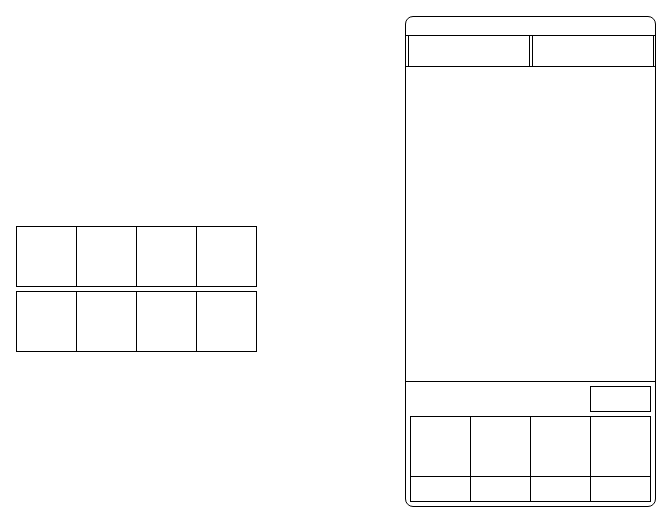
This is page "Media Scheduler" (1 of 2) of Music Flow.drawio from CorpDK/Drawing, a draw.io file, before an edit. Source tidied: cells renumbered, new cells numbered last; positions are measured from the earlier drawing's top-left corner, leaving out a move shared by most shapes. Both pictures are drawn from the tidied source at 100%, with x=0, y=0 at pixel (16, 16).
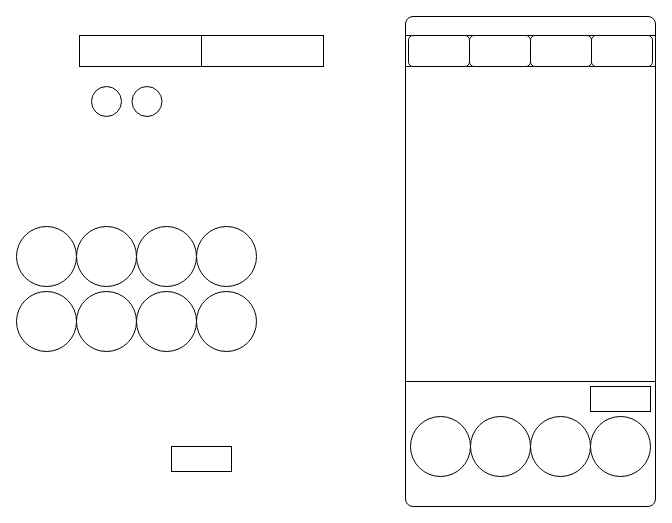
Above is the later version.

Change to the diagram source:
```diff
@@
     <mxCell id="5" style="rounded=0;whiteSpace=wrap;html=1;" parent="1" vertex="1">
-      <mxGeometry x="392" y="19" width="121" height="31" as="geometry" />
+      <mxGeometry x="63" y="19" width="122" height="31" as="geometry" />
     </mxCell>
     <mxCell id="6" style="rounded=0;whiteSpace=wrap;html=1;" parent="1" vertex="1">
-      <mxGeometry x="516" y="19" width="121" height="31" as="geometry" />
+      <mxGeometry x="185" y="19" width="122" height="31" as="geometry" />
     </mxCell>
@@
-    <mxCell id="8" style="whiteSpace=wrap;html=1;" parent="1" vertex="1">
+    <mxCell id="8" style="whiteSpace=wrap;html=1;rounded=1;arcSize=50;" parent="1" vertex="1">
       <mxGeometry y="210" width="60" height="60" as="geometry" />
     </mxCell>
-    <mxCell id="9" style="whiteSpace=wrap;html=1;" parent="1" vertex="1">
+    <mxCell id="9" style="whiteSpace=wrap;html=1;rounded=1;arcSize=50;" parent="1" vertex="1">
       <mxGeometry x="60" y="210" width="60" height="60" as="geometry" />
     </mxCell>
-    <mxCell id="10" style="whiteSpace=wrap;html=1;" parent="1" vertex="1">
+    <mxCell id="10" style="whiteSpace=wrap;html=1;rounded=1;arcSize=50;" parent="1" vertex="1">
       <mxGeometry x="120" y="210" width="60" height="60" as="geometry" />
     </mxCell>
-    <mxCell id="11" style="whiteSpace=wrap;html=1;" parent="1" vertex="1">
+    <mxCell id="11" style="whiteSpace=wrap;html=1;rounded=1;arcSize=50;" parent="1" vertex="1">
       <mxGeometry x="180" y="210" width="60" height="60" as="geometry" />
     </mxCell>
-    <mxCell id="12" style="whiteSpace=wrap;html=1;" parent="1" vertex="1">
+    <mxCell id="12" style="whiteSpace=wrap;html=1;rounded=1;arcSize=50;" parent="1" vertex="1">
       <mxGeometry y="275" width="60" height="60" as="geometry" />
     </mxCell>
-    <mxCell id="13" style="whiteSpace=wrap;html=1;" parent="1" vertex="1">
+    <mxCell id="13" style="whiteSpace=wrap;html=1;rounded=1;arcSize=50;" parent="1" vertex="1">
       <mxGeometry x="60" y="275" width="60" height="60" as="geometry" />
     </mxCell>
-    <mxCell id="14" style="whiteSpace=wrap;html=1;" parent="1" vertex="1">
+    <mxCell id="14" style="whiteSpace=wrap;html=1;rounded=1;arcSize=50;" parent="1" vertex="1">
       <mxGeometry x="120" y="275" width="60" height="60" as="geometry" />
     </mxCell>
-    <mxCell id="15" style="whiteSpace=wrap;html=1;" parent="1" vertex="1">
+    <mxCell id="15" style="whiteSpace=wrap;html=1;rounded=1;arcSize=50;" parent="1" vertex="1">
       <mxGeometry x="180" y="275" width="60" height="60" as="geometry" />
     </mxCell>
-    <mxCell id="16" style="whiteSpace=wrap;html=1;" parent="1" vertex="1">
+    <mxCell id="16" style="whiteSpace=wrap;html=1;rounded=1;arcSize=50;" parent="1" vertex="1">
       <mxGeometry x="394" y="400" width="60" height="60" as="geometry" />
     </mxCell>
-    <mxCell id="17" style="whiteSpace=wrap;html=1;" parent="1" vertex="1">
+    <mxCell id="17" style="whiteSpace=wrap;html=1;rounded=1;arcSize=50;" parent="1" vertex="1">
       <mxGeometry x="454" y="400" width="60" height="60" as="geometry" />
     </mxCell>
-    <mxCell id="18" style="whiteSpace=wrap;html=1;" parent="1" vertex="1">
+    <mxCell id="18" style="whiteSpace=wrap;html=1;rounded=1;arcSize=50;" parent="1" vertex="1">
       <mxGeometry x="514" y="400" width="60" height="60" as="geometry" />
     </mxCell>
-    <mxCell id="19" style="whiteSpace=wrap;html=1;" parent="1" vertex="1">
+    <mxCell id="19" style="whiteSpace=wrap;html=1;rounded=1;arcSize=50;" parent="1" vertex="1">
       <mxGeometry x="574" y="400" width="60" height="60" as="geometry" />
     </mxCell>
@@
-    <mxCell id="21" style="rounded=0;whiteSpace=wrap;html=1;" parent="1" vertex="1">
-      <mxGeometry x="394" y="460" width="60" height="25" as="geometry" />
-    </mxCell>
     <mxCell id="22" style="rounded=0;whiteSpace=wrap;html=1;" parent="1" vertex="1">
-      <mxGeometry x="454" y="460" width="60" height="25" as="geometry" />
+      <mxGeometry x="155" y="430" width="60" height="25" as="geometry" />
     </mxCell>
-    <mxCell id="23" style="rounded=0;whiteSpace=wrap;html=1;" parent="1" vertex="1">
-      <mxGeometry x="514" y="460" width="60" height="25" as="geometry" />
-    </mxCell>
-    <mxCell id="24" style="rounded=0;whiteSpace=wrap;html=1;" parent="1" vertex="1">
-      <mxGeometry x="574" y="460" width="60" height="25" as="geometry" />
-    </mxCell>
+    <mxCell id="25" style="rounded=1;whiteSpace=wrap;html=1;arcSize=50;" parent="1" vertex="1">
+      <mxGeometry x="115.5" y="70" width="30" height="30" as="geometry" />
+    </mxCell>
+    <mxCell id="26" style="rounded=1;whiteSpace=wrap;html=1;arcSize=50;" parent="1" vertex="1">
+      <mxGeometry x="75" y="70" width="30" height="30" as="geometry" />
+    </mxCell>
+    <mxCell id="27" style="rounded=1;whiteSpace=wrap;html=1;" parent="1" vertex="1">
+      <mxGeometry x="514" y="19" width="61" height="31" as="geometry" />
+    </mxCell>
+    <mxCell id="28" style="rounded=1;whiteSpace=wrap;html=1;" parent="1" vertex="1">
+      <mxGeometry x="575" y="19" width="61" height="31" as="geometry" />
+    </mxCell>
+    <mxCell id="29" style="rounded=1;whiteSpace=wrap;html=1;" parent="1" vertex="1">
+      <mxGeometry x="453" y="19" width="61" height="31" as="geometry" />
+    </mxCell>
+    <mxCell id="30" style="rounded=1;whiteSpace=wrap;html=1;" parent="1" vertex="1">
+      <mxGeometry x="392" y="19" width="61" height="31" as="geometry" />
+    </mxCell>
```
